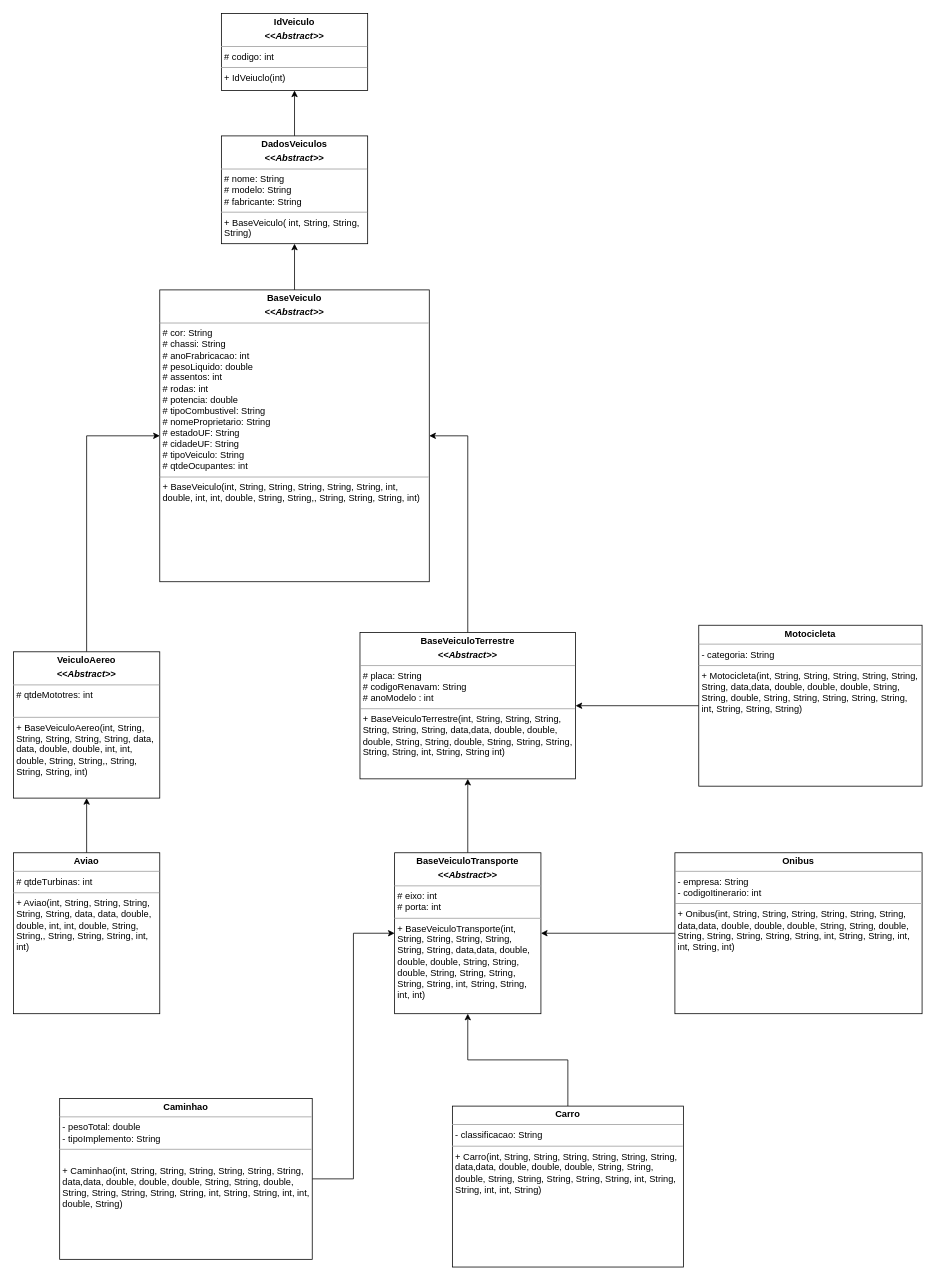
The draw.io diagram PROJETOVEICULO.drawio in ros1rafael/LOO_ATIVIDADE_05, before the edit. Source tidied: cells renumbered, new cells numbered last; positions are measured from the earlier drawing's top-left corner, leaving out a move shared by most shapes. Both pictures are drawn from the tidied source at 77%, with x=0, y=0 at pixel (13, 13).
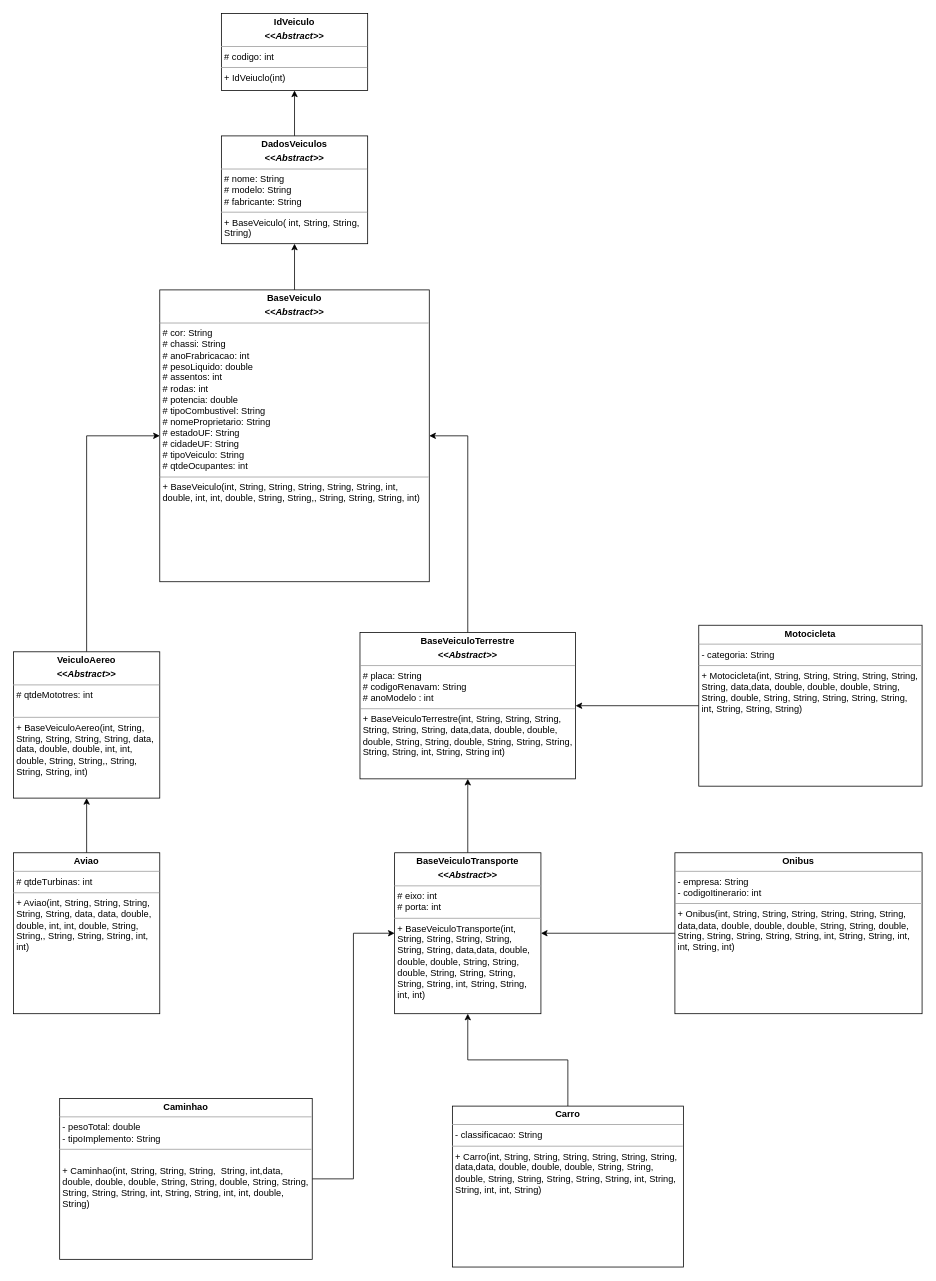
The same page after the edit.

Change to the diagram source:
```diff
@@
-    <mxCell id="17" value="&lt;p style=&quot;margin:0px;margin-top:4px;text-align:center;&quot;&gt;&lt;b&gt;Caminhao&lt;/b&gt;&lt;/p&gt;&lt;hr size=&quot;1&quot;&gt;&lt;p style=&quot;margin:0px;margin-left:4px;&quot;&gt;- pesoTotal: double&lt;br&gt;- tipoImplemento: String&lt;/p&gt;&lt;hr size=&quot;1&quot;&gt;&lt;p style=&quot;margin:0px;margin-left:4px;&quot;&gt;&lt;br&gt;&lt;/p&gt;&lt;p style=&quot;margin:0px;margin-left:4px;&quot;&gt;+ Caminhao(int, String, String, String, String, String, String, data,data, double, double, double, String, String, double, String, String, String, String, String, int, String, String, int, int, double, String)&lt;br&gt;&lt;br&gt;&lt;/p&gt;" style="verticalAlign=top;align=left;overflow=fill;fontSize=12;fontFamily=Helvetica;html=1;whiteSpace=wrap;" parent="1" vertex="1">
+    <mxCell id="17" value="&lt;p style=&quot;margin:0px;margin-top:4px;text-align:center;&quot;&gt;&lt;b&gt;Caminhao&lt;/b&gt;&lt;/p&gt;&lt;hr size=&quot;1&quot;&gt;&lt;p style=&quot;margin:0px;margin-left:4px;&quot;&gt;- pesoTotal: double&lt;br&gt;- tipoImplemento: String&lt;/p&gt;&lt;hr size=&quot;1&quot;&gt;&lt;p style=&quot;margin:0px;margin-left:4px;&quot;&gt;&lt;br&gt;&lt;/p&gt;&lt;p style=&quot;margin:0px;margin-left:4px;&quot;&gt;+ Caminhao(int, String, String, String,&amp;nbsp; String, int,data, double, double, double, String, String, double, String, String, String, String, String, int, String, String, int, int, double, String)&lt;br&gt;&lt;br&gt;&lt;/p&gt;" style="verticalAlign=top;align=left;overflow=fill;fontSize=12;fontFamily=Helvetica;html=1;whiteSpace=wrap;" parent="1" vertex="1">
       <mxGeometry x="60" y="1409" width="328" height="209" as="geometry" />
     </mxCell>
```
